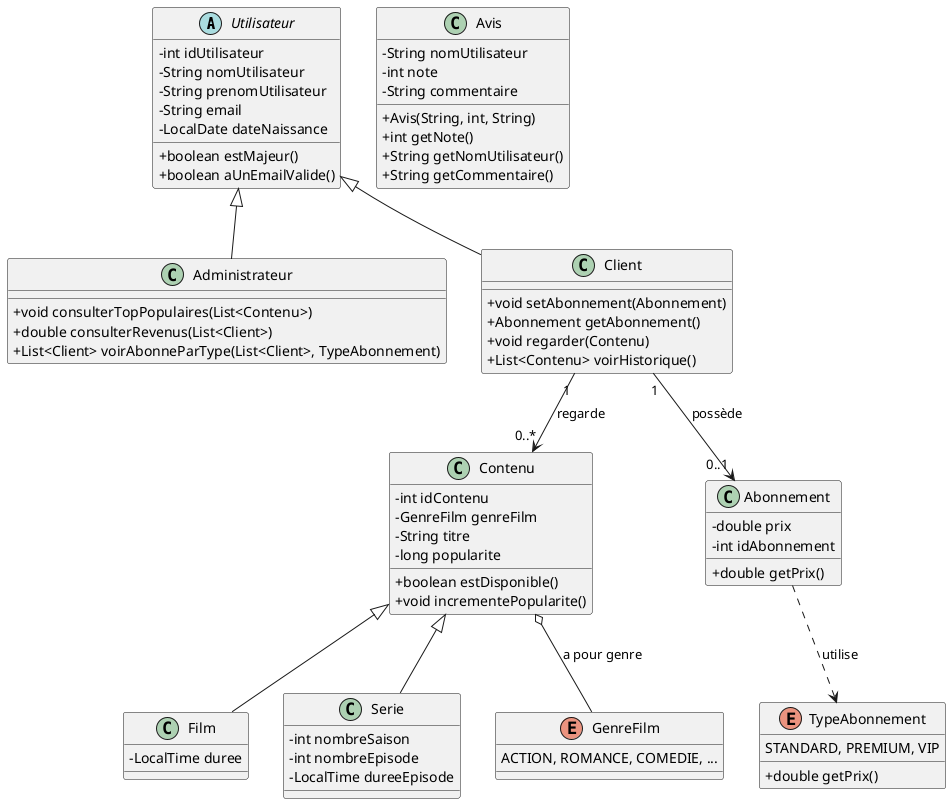
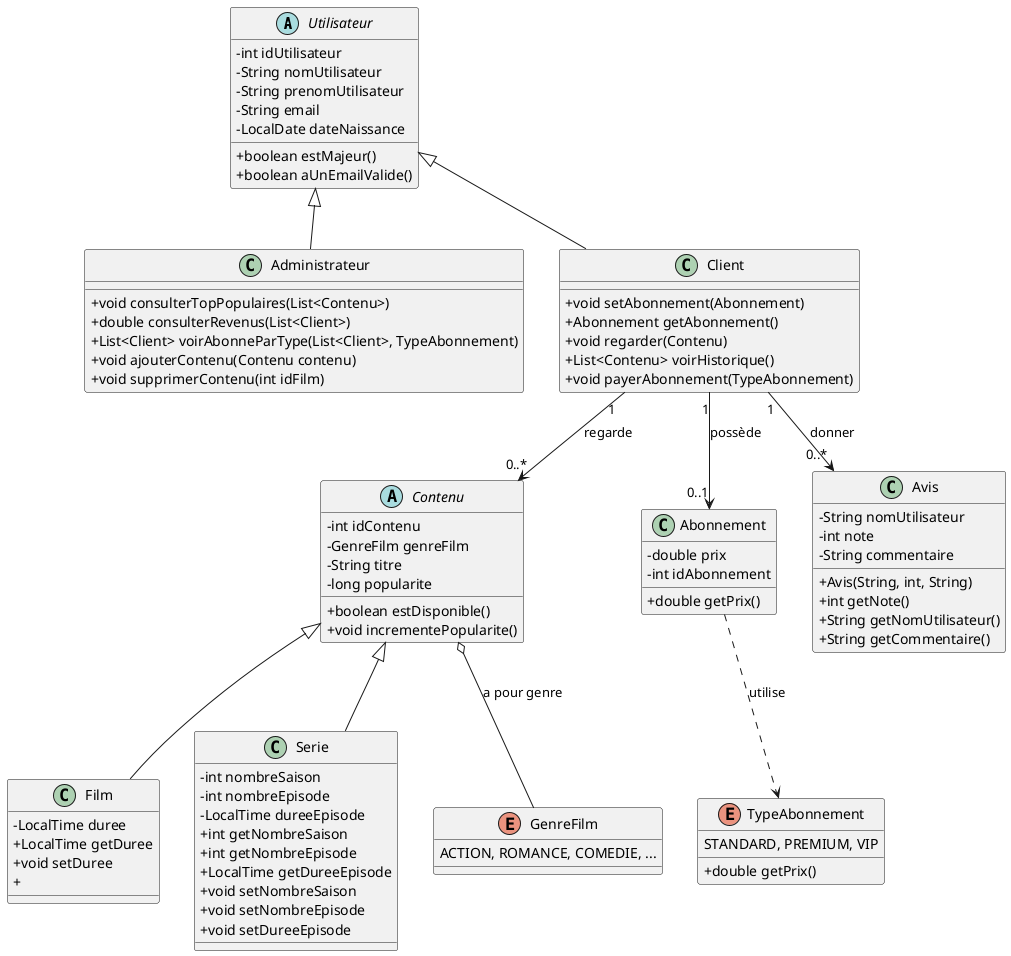
@startuml
skinparam classAttributeIconSize 0

abstract class Utilisateur {
    - int idUtilisateur
    - String nomUtilisateur
    - String prenomUtilisateur
    - String email
    - LocalDate dateNaissance
    + boolean estMajeur()
    + boolean aUnEmailValide()
}

class Administrateur extends Utilisateur {
    + void consulterTopPopulaires(List<Contenu>)
    + double consulterRevenus(List<Client>)
    + List<Client> voirAbonneParType(List<Client>, TypeAbonnement)
+     + void ajouterContenu(Contenu contenu)
+     + void supprimerContenu(int idFilm)
}
+ 

class Client extends Utilisateur {
    + void setAbonnement(Abonnement)
    + Abonnement getAbonnement()
    + void regarder(Contenu)
    + List<Contenu> voirHistorique()
+     + void payerAbonnement(TypeAbonnement)
}

- class Contenu {
+ abstract class Contenu {
    - int idContenu
    - GenreFilm genreFilm
    - String titre
    - long popularite
    + boolean estDisponible()
    + void incrementePopularite()
}

class Film extends Contenu {
    - LocalTime duree
+     + LocalTime getDuree
+     + void setDuree
+     +
}

class Serie extends Contenu {
    - int nombreSaison
    - int nombreEpisode
    - LocalTime dureeEpisode
+     + int getNombreSaison
+     + int getNombreEpisode
+     + LocalTime getDureeEpisode
+     + void setNombreSaison
+     + void setNombreEpisode
+     + void setDureeEpisode
}

class Abonnement {
    - double prix
    - int idAbonnement
    + double getPrix()
}

class Avis {
    - String nomUtilisateur
    - int note
    - String commentaire

    + Avis(String, int, String)
    + int getNote()
    + String getNomUtilisateur()
    + String getCommentaire()
}

enum TypeAbonnement {
    STANDARD, PREMIUM, VIP
    + double getPrix()
}

enum GenreFilm {
    ACTION, ROMANCE, COMEDIE, ...
}

Client "1" --> "0..1" Abonnement : possède
Client "1" --> "0..*" Contenu : regarde
+ Client "1" --> "0..*" Avis : donner
Abonnement ..> TypeAbonnement : utilise
Contenu o-- GenreFilm : a pour genre

@enduml